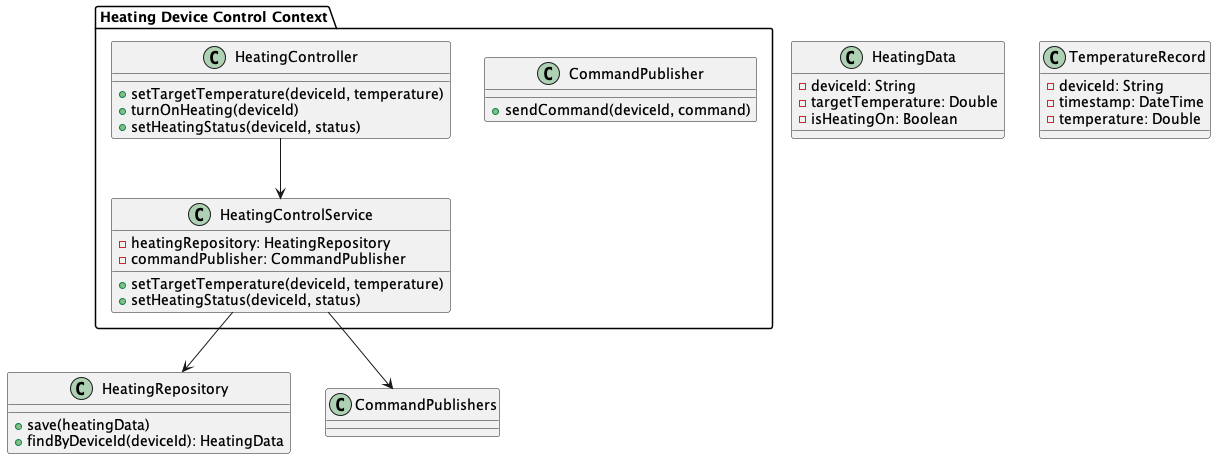
The PlantUML diagram docs/diagrams/out/task_2/heating_service_code.png in Veles-Pan/practicum-architecture-sprint-3, before a commit.
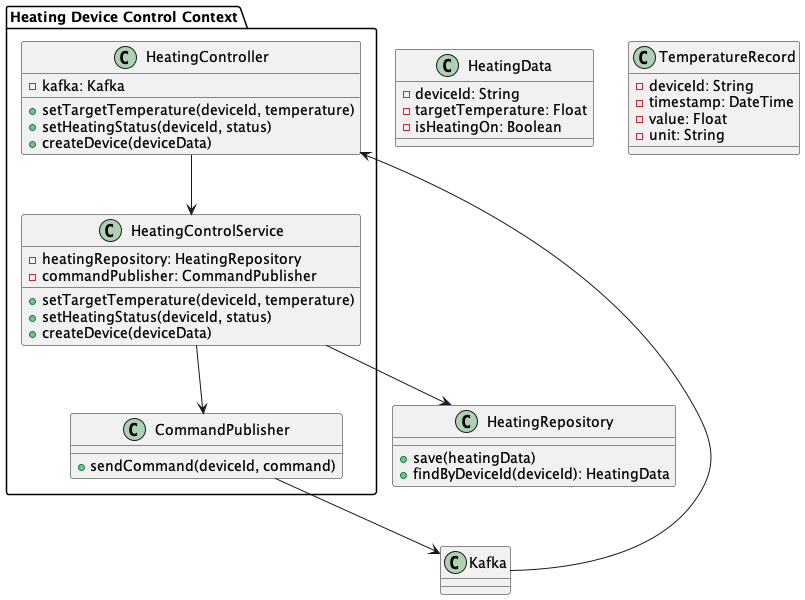
Later version of the same file.

The edit, as a diff of the source:
```diff
@@ -1,9 +1,10 @@
 @startuml heating_service_code
 package "Heating Device Control Context" {
     class HeatingController {
+        - kafka: Kafka
         + setTargetTemperature(deviceId, temperature)
-        + turnOnHeating(deviceId)
         + setHeatingStatus(deviceId, status)
+        + createDevice(deviceData)
     }
 
     class HeatingControlService {
@@ -11,6 +12,7 @@
         - commandPublisher: CommandPublisher
         + setTargetTemperature(deviceId, temperature)
         + setHeatingStatus(deviceId, status)
+        + createDevice(deviceData)
     }
 
     class CommandPublisher {
@@ -25,18 +27,21 @@
 
 class HeatingData {
     - deviceId: String
-    - targetTemperature: Double
+    - targetTemperature: Float
     - isHeatingOn: Boolean
 }
 
 class TemperatureRecord {
     - deviceId: String
     - timestamp: DateTime
-    - temperature: Double
+    - value: Float
+    - unit: String
 }
 
 HeatingController --> HeatingControlService
 HeatingControlService --> HeatingRepository
-HeatingControlService --> CommandPublishers
+HeatingControlService --> CommandPublisher
+CommandPublisher --> Kafka
+Kafka --> HeatingController
 
 @enduml
```
